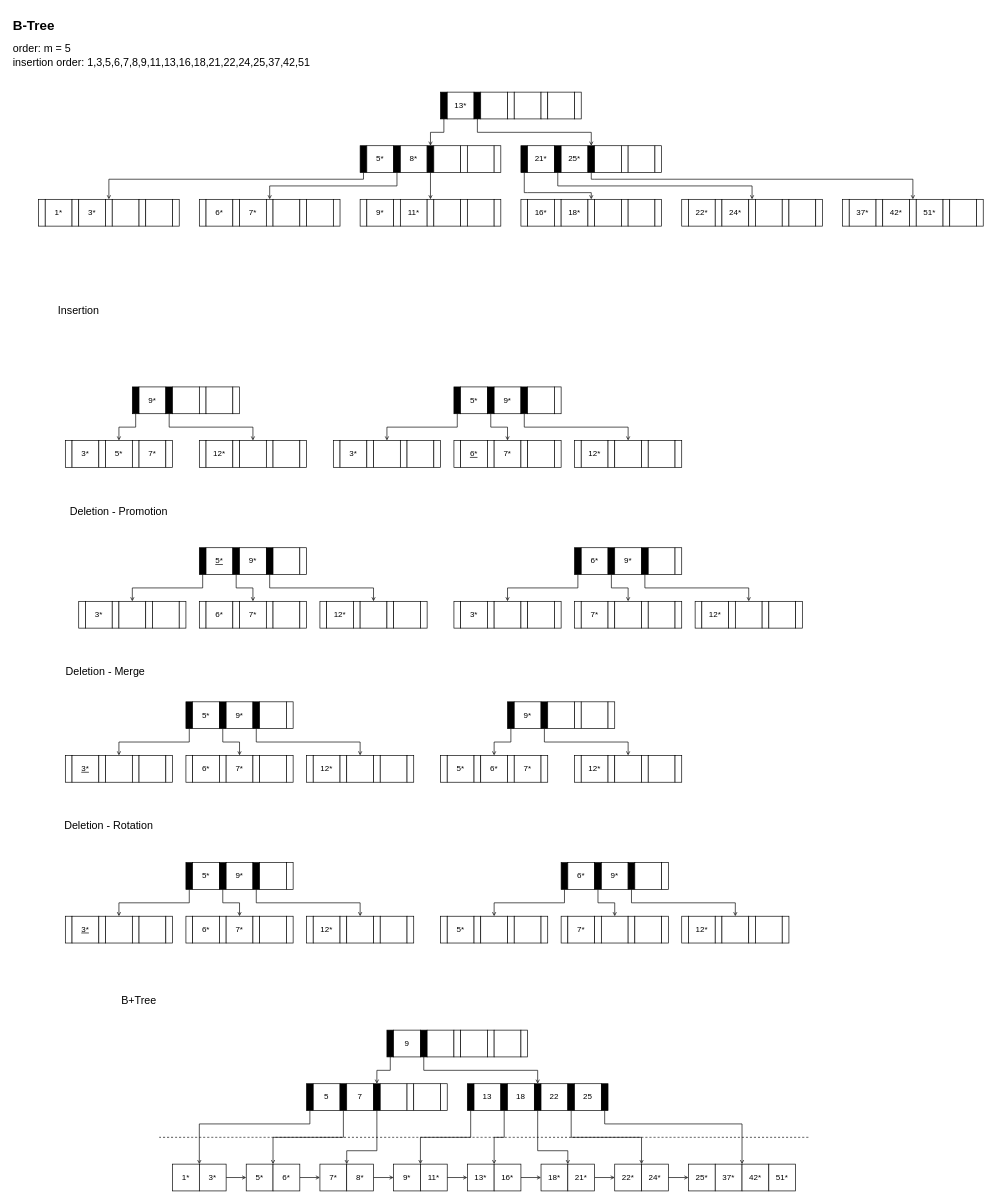
Above: page "Chapter 4" (2 of 3) of src/figures/diagrams.drawio in arcangelochine/adb (draw.io), before the change. Source tidied: cells renumbered, new cells numbered last; positions are measured from the earlier drawing's top-left corner, leaving out a move shared by most shapes. Both pictures are drawn from the tidied source at 67%, with x=0, y=0 at pixel (11, 11).
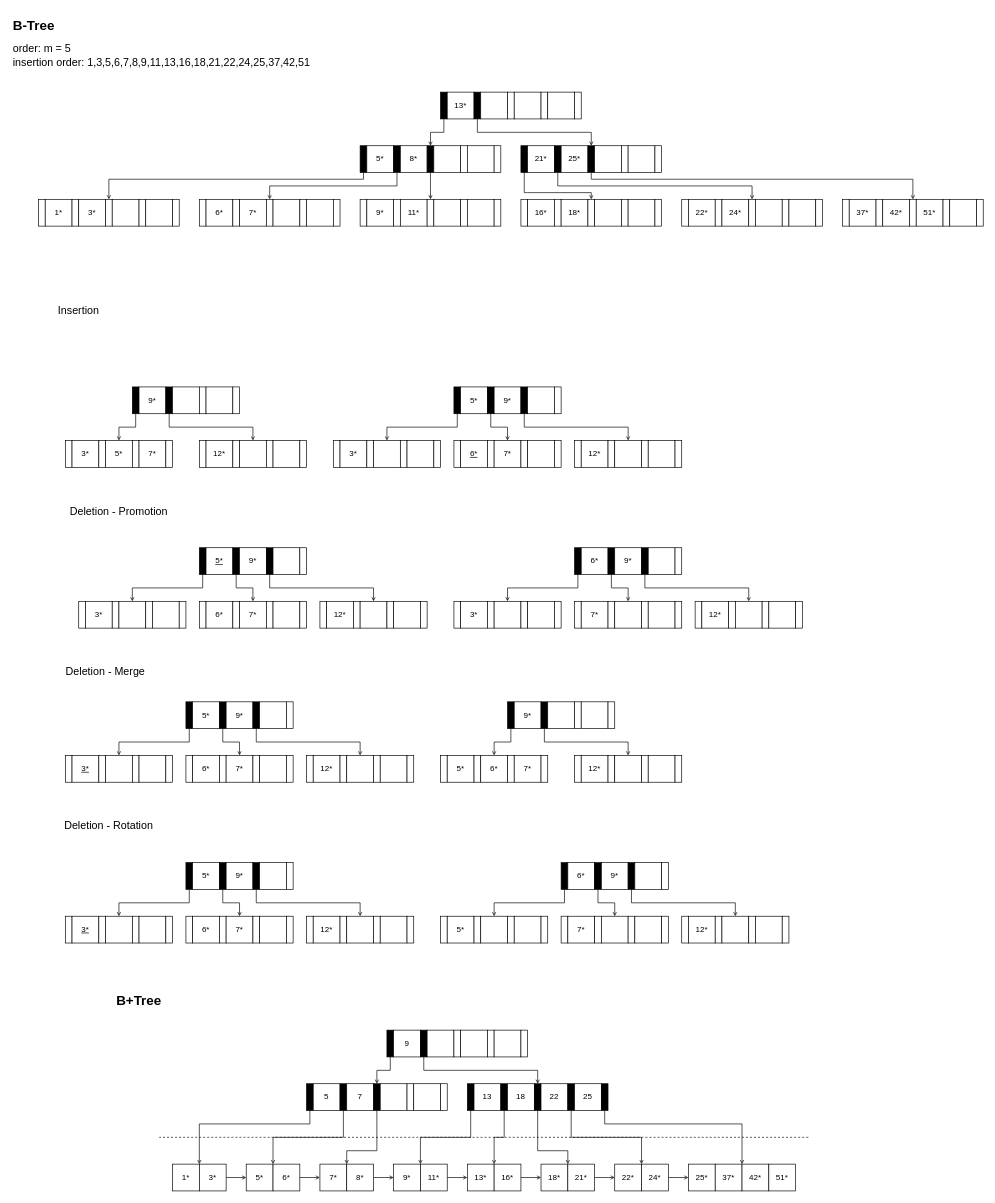
After the change.

Change to the diagram source:
```diff
@@
-    <mxCell id="393" value="B+Tree" style="text;html=1;whiteSpace=wrap;strokeColor=none;fillColor=none;align=center;verticalAlign=middle;rounded=0;fontSize=16;" parent="1" vertex="1">
+    <mxCell id="393" value="B+Tree" style="text;html=1;whiteSpace=wrap;strokeColor=none;fillColor=none;align=center;verticalAlign=middle;rounded=0;fontSize=20;fontStyle=1;" parent="1" vertex="1">
       <mxGeometry x="160" y="1460" width="60" height="30" as="geometry" />
     </mxCell>
```
